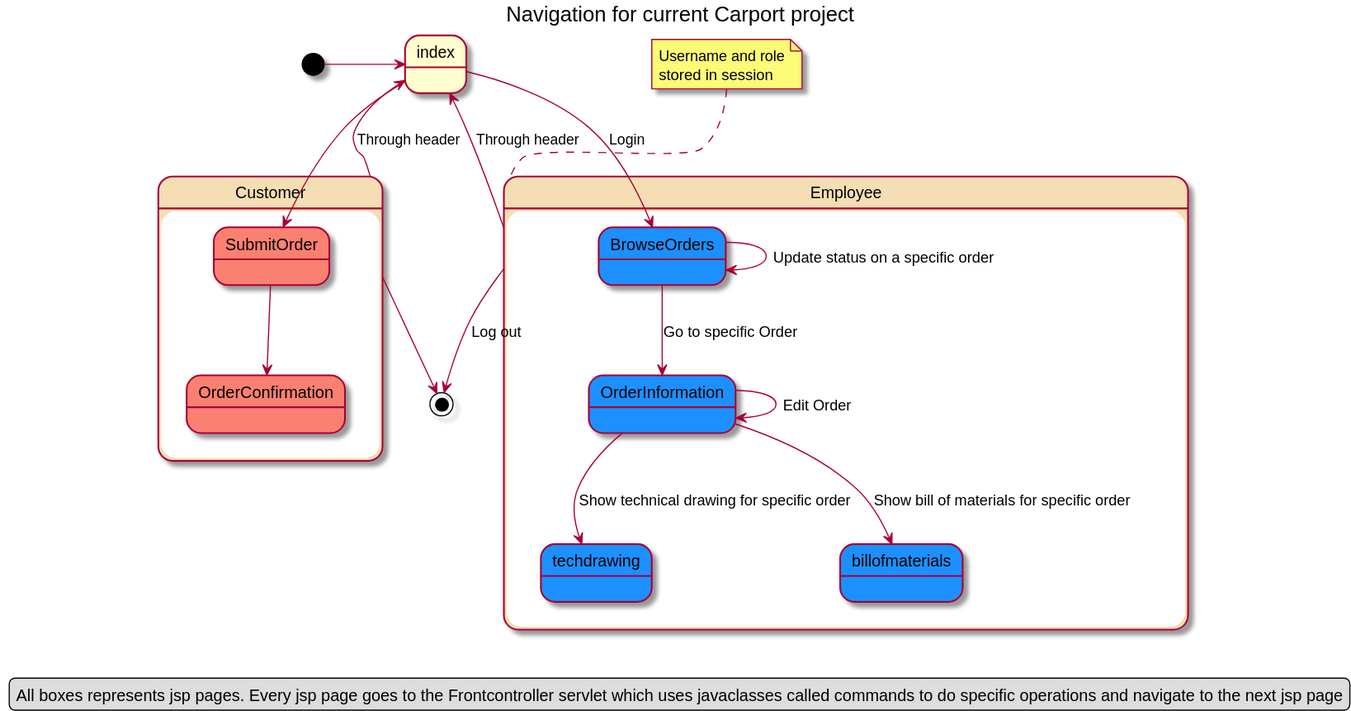
Before: src/main/java/Diagrams/NavigationDiagramCurrent.svg, a diagram exported from PlantUML (EmilVHermansen/Carport). Its diagram source:
```plantuml
@startuml

Title Navigation  for current Carport project

note top of Employee
Username and role
stored in session
end note

legend bottom center
All boxes represents jsp pages. Every jsp page goes to the Frontcontroller servlet which uses javaclasses called commands to do specific operations and navigate to the next jsp page
end legend

[*] -> index

state Customer #Wheat {
index -> SubmitOrder #Salmon
SubmitOrder --> OrderConfirmation #Salmon
}

state Employee #Wheat {
index --> BrowseOrders #DodgerBlue : Login
BrowseOrders --> BrowseOrders : Update status on a specific order
BrowseOrders --> OrderInformation #DodgerBlue : Go to specific Order
OrderInformation --> OrderInformation : Edit Order
OrderInformation --> techdrawing #DodgerBlue : Show technical drawing for specific order
OrderInformation --> billofmaterials #DodgerBlue : Show bill of materials for specific order
}

Employee --> index : Through header
Customer --> index : Through header

Customer --> [*]
Employee --> [*] : Log out

@enduml
```
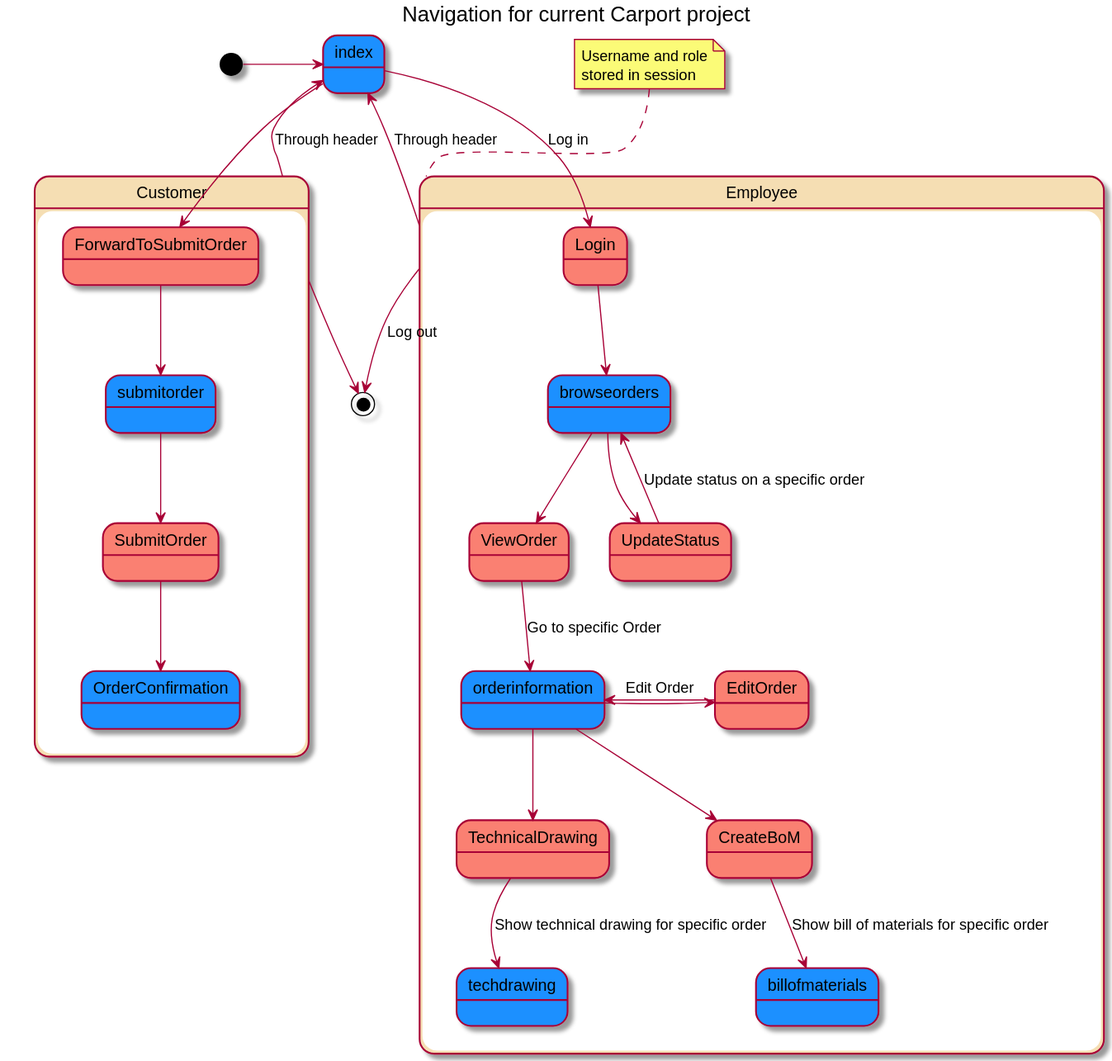
The same diagram one commit later.

Commit message:
Deleted to early diagrams and changed names of the new diagrams

The edit, as a diff of the source:
```diff
@@ -7,24 +7,29 @@
 stored in session
 end note
 
-legend bottom center
-All boxes represents jsp pages. Every jsp page goes to the Frontcontroller servlet which uses javaclasses called commands to do specific operations and navigate to the next jsp page
-end legend
 
-[*] -> index
+[*] -> index #DodgerBlue
 
 state Customer #Wheat {
-index -> SubmitOrder #Salmon
-SubmitOrder --> OrderConfirmation #Salmon
+index -> ForwardToSubmitOrder #Salmon
+ForwardToSubmitOrder --> submitorder #DodgerBlue
+submitorder --> SubmitOrder #Salmon
+SubmitOrder --> OrderConfirmation #DodgerBlue
 }
 
 state Employee #Wheat {
-index --> BrowseOrders #DodgerBlue : Login
-BrowseOrders --> BrowseOrders : Update status on a specific order
-BrowseOrders --> OrderInformation #DodgerBlue : Go to specific Order
-OrderInformation --> OrderInformation : Edit Order
-OrderInformation --> techdrawing #DodgerBlue : Show technical drawing for specific order
-OrderInformation --> billofmaterials #DodgerBlue : Show bill of materials for specific order
+index --> Login #Salmon : Log in
+Login --> browseorders #DodgerBlue
+browseorders --> UpdateStatus #Salmon
+UpdateStatus --> browseorders : Update status on a specific order
+browseorders --> ViewOrder #Salmon
+ViewOrder --> orderinformation #DodgerBlue : Go to specific Order
+orderinformation -> EditOrder #Salmon
+EditOrder -> orderinformation : Edit Order
+orderinformation --> TechnicalDrawing #Salmon
+TechnicalDrawing --> techdrawing #DodgerBlue : Show technical drawing for specific order
+orderinformation --> CreateBoM #Salmon
+CreateBoM --> billofmaterials #DodgerBlue : Show bill of materials for specific order
 }
 
 Employee --> index : Through header
```
